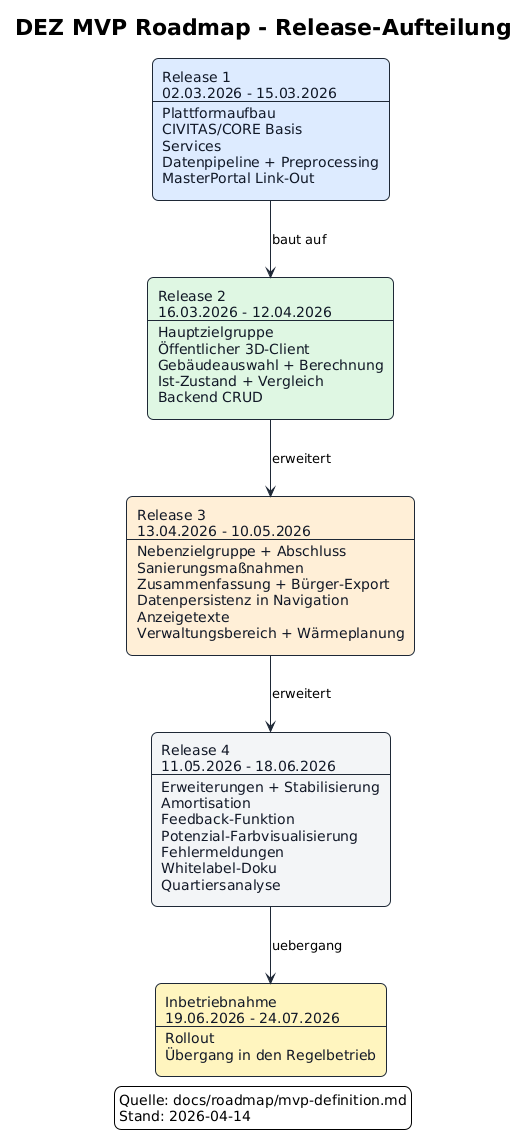
Above: docs/roadmap/attachments/mvp-roadmap.png in csi-FOXBYTE/Regensburg_DigitalerEnergieZwilling_Backend (PlantUML), before the change.
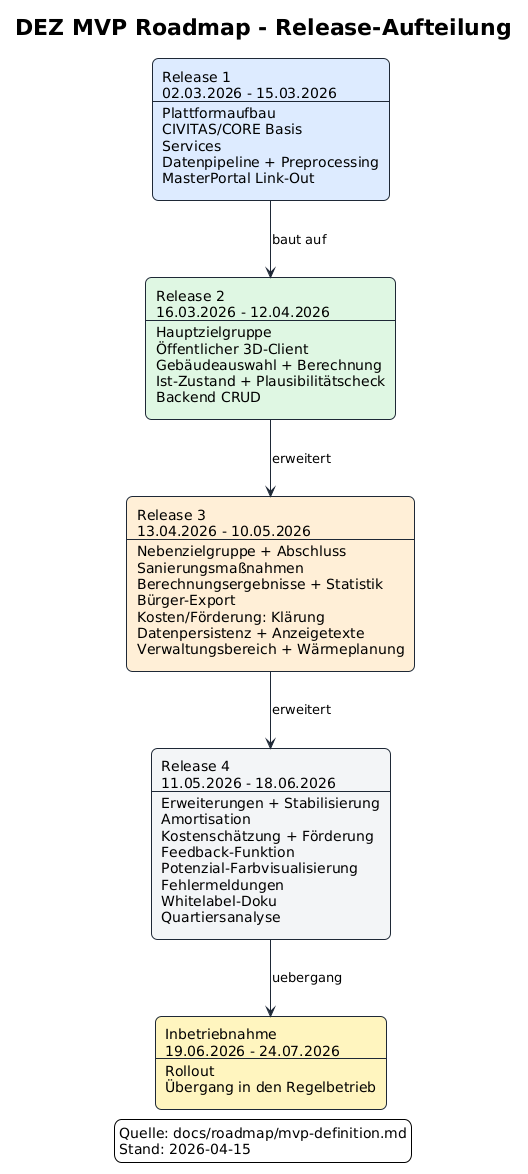
The same file after the commit.

Diff of the diagram source:
```diff
@@ -9,19 +9,18 @@
 skinparam rectangle {
   RoundCorner 12
   BorderColor #1F2937
-  FontColor #111827
 }
 skinparam ArrowColor #1F2937
 
-rectangle "Release 1\n02.03.2026 - 15.03.2026\n---\nPlattformaufbau\nCIVITAS/CORE Basis\nServices\nDatenpipeline + Preprocessing\nMasterPortal Link-Out" as R1 #DCEBFF
+rectangle "Release 1%n()02.03.2026 - 15.03.2026%n()---%n()Plattformaufbau%n()CIVITAS/CORE Basis%n()Services%n()Datenpipeline + Preprocessing%n()MasterPortal Link-Out" as R1 #DCEBFF
 
-rectangle "Release 2\n16.03.2026 - 12.04.2026\n---\nHauptzielgruppe\nÖffentlicher 3D-Client\nGebäudeauswahl + Berechnung\nIst-Zustand + Vergleich\nBackend CRUD" as R2 #DFF7E2
+rectangle "Release 2%n()16.03.2026 - 12.04.2026%n()---%n()Hauptzielgruppe%n()Öffentlicher 3D-Client%n()Gebäudeauswahl + Berechnung%n()Ist-Zustand + Plausibilitätscheck%n()Backend CRUD" as R2 #DFF7E2
 
-rectangle "Release 3\n13.04.2026 - 10.05.2026\n---\nNebenzielgruppe + Abschluss\nSanierungsmaßnahmen\nZusammenfassung + Bürger-Export\nDatenpersistenz in Navigation\nAnzeigetexte\nVerwaltungsbereich + Wärmeplanung" as R3 #FFEFD6
+rectangle "Release 3%n()13.04.2026 - 10.05.2026%n()---%n()Nebenzielgruppe + Abschluss%n()Sanierungsmaßnahmen%n()Berechnungsergebnisse + Statistik%n()Bürger-Export%n()Kosten/Förderung: Klärung%n()Datenpersistenz + Anzeigetexte%n()Verwaltungsbereich + Wärmeplanung" as R3 #FFEFD6
 
-rectangle "Release 4\n11.05.2026 - 18.06.2026\n---\nErweiterungen + Stabilisierung\nAmortisation\nFeedback-Funktion\nPotenzial-Farbvisualisierung\nFehlermeldungen\nWhitelabel-Doku\nQuartiersanalyse" as R4 #F3F4F6
+rectangle "Release 4%n()11.05.2026 - 18.06.2026%n()---%n()Erweiterungen + Stabilisierung%n()Amortisation%n()Kostenschätzung + Förderung%n()Feedback-Funktion%n()Potenzial-Farbvisualisierung%n()Fehlermeldungen%n()Whitelabel-Doku%n()Quartiersanalyse" as R4 #F3F4F6
 
-rectangle "Inbetriebnahme\n19.06.2026 - 24.07.2026\n---\nRollout\nÜbergang in den Regelbetrieb" as GO #FFF4BF
+rectangle "Inbetriebnahme%n()19.06.2026 - 24.07.2026%n()---%n()Rollout%n()Übergang in den Regelbetrieb" as GO #FFF4BF
 
 R1 --> R2 : baut auf
 R2 --> R3 : erweitert
@@ -30,7 +29,7 @@
 
 legend right
   Quelle: docs/roadmap/mvp-definition.md
-  Stand: 2026-04-14
+  Stand: 2026-04-15
 endlegend
 
 @enduml
```
